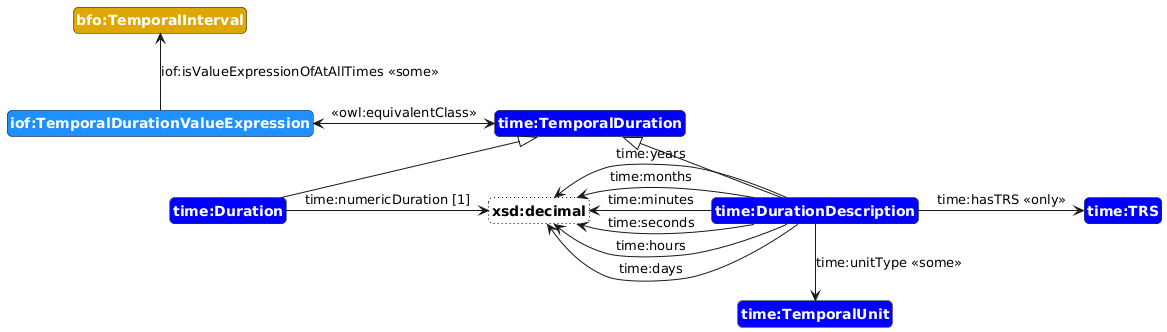
Earlier version of the PlantUML export scenarios/time-duration/image/time-duration.png (iofoundry/IOF-Core-Pattern-v2).
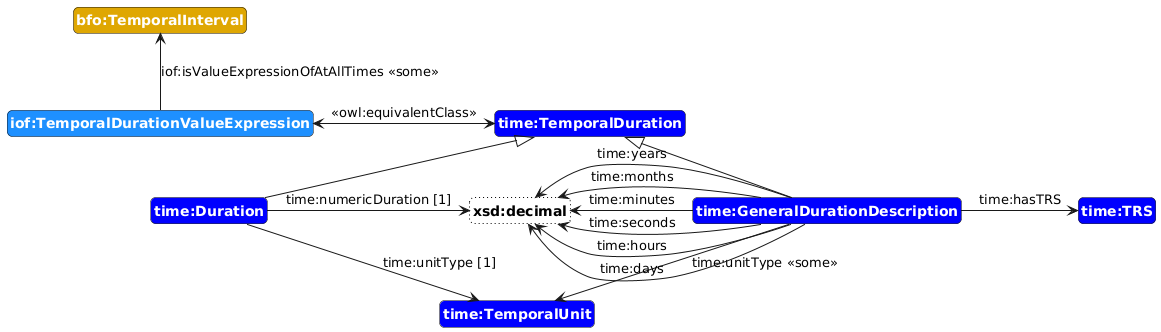
The same file after the commit.

Commit message:
Time duration scenario image

Diff of the diagram source:
```diff
@@ -5,19 +5,20 @@
 xSome(iof:TemporalDurationValueExpression, iof:isValueExpressionOfAtAllTimes, bfo:TemporalInterval, "", up)
 oClass(time:TemporalDuration)
 equivalent(iof:TemporalDurationValueExpression, time:TemporalDuration, right)
-oClass(time:DurationDescription)
-subClass(time:DurationDescription, time:TemporalDuration)
+oClass(time:GeneralDurationDescription)
+subClass(time:GeneralDurationDescription, time:TemporalDuration)
 oClass(time:TemporalUnit)
-xSome(time:DurationDescription, time:unitType, time:TemporalUnit, "", down)
+xSome(time:GeneralDurationDescription, time:unitType, time:TemporalUnit, "", down)
 oClass(time:TRS)
-xOnly(time:DurationDescription, time:hasTRS, time:TRS, "", right)
-xOnlyData(time:DurationDescription, time:years, xsd:decimal)
-xOnlyData(time:DurationDescription, time:months, xsd:decimal)
-xOnlyData(time:DurationDescription, time:days, xsd:decimal)
-xOnlyData(time:DurationDescription, time:hours, xsd:decimal)
-xOnlyData(time:DurationDescription, time:minutes, xsd:decimal)
-xOnlyData(time:DurationDescription, time:seconds, xsd:decimal)
+xOnly(time:GeneralDurationDescription, time:hasTRS, time:TRS, " ", right)
+xOnlyData(time:GeneralDurationDescription, time:years, xsd:decimal)
+xOnlyData(time:GeneralDurationDescription, time:months, xsd:decimal)
+xOnlyData(time:GeneralDurationDescription, time:days, xsd:decimal)
+xOnlyData(time:GeneralDurationDescription, time:hours, xsd:decimal)
+xOnlyData(time:GeneralDurationDescription, time:minutes, xsd:decimal)
+xOnlyData(time:GeneralDurationDescription, time:seconds, xsd:decimal)
 oClass(time:Duration)
 subClass(time:Duration, time:TemporalDuration)
 xSomeData(time:Duration, time:numericDuration, xsd:decimal, "[1]", right)
+xSome(time:Duration, time:unitType, time:TemporalUnit, "[1]", right)
 @enduml
```
